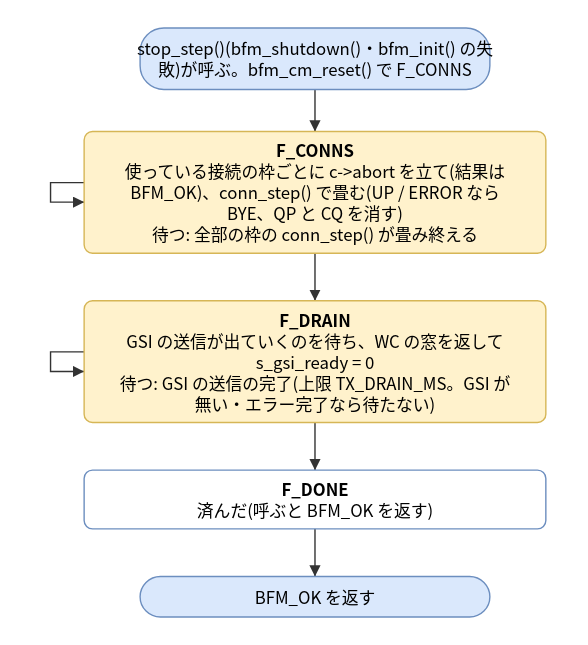
hf355051012-ai/bfmem keeps this draw.io diagram as doc/spec/images/state_src_bfm_cm-bfm_cm_fini_step.drawio.svg. Above is the earlier version. Source tidied: cells renumbered, new cells last; positions are measured from the earlier drawing's top-left corner, leaving out a move shared by most shapes. The source it was exported from:
```xml
<mxGraphModel>
  <root>
    <mxCell id="0" />
    <mxCell id="1" parent="0" />
    <mxCell id="2" value="stop_step()(bfm_shutdown()・bfm_init() の失&lt;br&gt;敗)が呼ぶ。bfm_cm_reset() で F_CONNS" style="rounded=1;arcSize=50;whiteSpace=wrap;html=1;fillColor=#dae8fc;strokeColor=#6c8ebf;" parent="1" vertex="1">
      <mxGeometry x="64" width="250" height="44" as="geometry" />
    </mxCell>
    <mxCell id="3" value="F_CONNS&lt;br&gt;使っている接続の枠ごとに c-&amp;gt;abort を立て(結果は&lt;br&gt;BFM_OK)、conn_step() で畳む(UP / ERROR なら&lt;br&gt;BYE、QP と CQ を消す)&lt;br&gt;待つ: 全部の枠の conn_step() が畳み終える" style="rounded=1;whiteSpace=wrap;html=1;fillColor=#fff2cc;strokeColor=#d6b656;" parent="1" vertex="1">
      <mxGeometry x="24" y="74" width="330" height="87" as="geometry" />
    </mxCell>
    <mxCell id="4" value="F_DRAIN&lt;br&gt;GSI の送信が出ていくのを待ち、WC の窓を返して&lt;br&gt;s_gsi_ready = 0&lt;br&gt;待つ: GSI の送信の完了(上限 TX_DRAIN_MS。GSI が&lt;br&gt;無い・エラー完了なら待たない)" style="rounded=1;whiteSpace=wrap;html=1;fillColor=#fff2cc;strokeColor=#d6b656;" parent="1" vertex="1">
      <mxGeometry x="24" y="195" width="330" height="87" as="geometry" />
    </mxCell>
    <mxCell id="5" value="F_DONE&lt;br&gt;済んだ(呼ぶと BFM_OK を返す)" style="rounded=1;whiteSpace=wrap;html=1;fillColor=#ffffff;strokeColor=#6c8ebf;" parent="1" vertex="1">
      <mxGeometry x="24" y="316" width="330" height="42" as="geometry" />
    </mxCell>
    <mxCell id="6" value="BFM_OK を返す" style="rounded=1;arcSize=50;whiteSpace=wrap;html=1;fillColor=#dae8fc;strokeColor=#6c8ebf;" parent="1" vertex="1">
      <mxGeometry x="64" y="392" width="250" height="29" as="geometry" />
    </mxCell>
    <mxCell id="7" style="edgeStyle=none;html=1;rounded=0;endArrow=block;endFill=1;exitX=0.5000;exitY=1.0000;exitDx=0;exitDy=0;exitPerimeter=0;entryX=0.5000;entryY=0.0000;entryDx=0;entryDy=0;entryPerimeter=0;" parent="1" edge="1" source="2" target="3">
      <mxGeometry relative="1" as="geometry" />
    </mxCell>
    <mxCell id="8" style="edgeStyle=none;html=1;rounded=0;endArrow=block;endFill=1;exitX=0.5000;exitY=1.0000;exitDx=0;exitDy=0;exitPerimeter=0;entryX=0.5000;entryY=0.0000;entryDx=0;entryDy=0;entryPerimeter=0;" parent="1" edge="1" source="3" target="4">
      <mxGeometry relative="1" as="geometry" />
    </mxCell>
    <mxCell id="9" style="edgeStyle=none;html=1;rounded=0;endArrow=block;endFill=1;exitX=0.5000;exitY=1.0000;exitDx=0;exitDy=0;exitPerimeter=0;entryX=0.5000;entryY=0.0000;entryDx=0;entryDy=0;entryPerimeter=0;" parent="1" edge="1" source="4" target="5">
      <mxGeometry relative="1" as="geometry" />
    </mxCell>
    <mxCell id="10" style="edgeStyle=none;html=1;rounded=0;endArrow=block;endFill=1;exitX=0.5000;exitY=1.0000;exitDx=0;exitDy=0;exitPerimeter=0;entryX=0.5000;entryY=0.0000;entryDx=0;entryDy=0;entryPerimeter=0;" parent="1" edge="1" source="5" target="6">
      <mxGeometry relative="1" as="geometry" />
    </mxCell>
    <mxCell id="11" style="edgeStyle=none;html=1;rounded=0;endArrow=block;endFill=1;exitX=0.0000;exitY=0.4195;exitDx=0;exitDy=0;exitPerimeter=0;entryX=0.0000;entryY=0.5805;entryDx=0;entryDy=0;entryPerimeter=0;" parent="1" edge="1" source="3" target="3">
      <mxGeometry relative="1" as="geometry">
        <Array as="points">
          <mxPoint y="110.5" />
          <mxPoint y="124.5" />
        </Array>
      </mxGeometry>
    </mxCell>
    <mxCell id="12" style="edgeStyle=none;html=1;rounded=0;endArrow=block;endFill=1;exitX=0.0000;exitY=0.4195;exitDx=0;exitDy=0;exitPerimeter=0;entryX=0.0000;entryY=0.5805;entryDx=0;entryDy=0;entryPerimeter=0;" parent="1" edge="1" source="4" target="4">
      <mxGeometry relative="1" as="geometry">
        <Array as="points">
          <mxPoint y="231.5" />
          <mxPoint y="245.5" />
        </Array>
      </mxGeometry>
    </mxCell>
  </root>
</mxGraphModel>
```
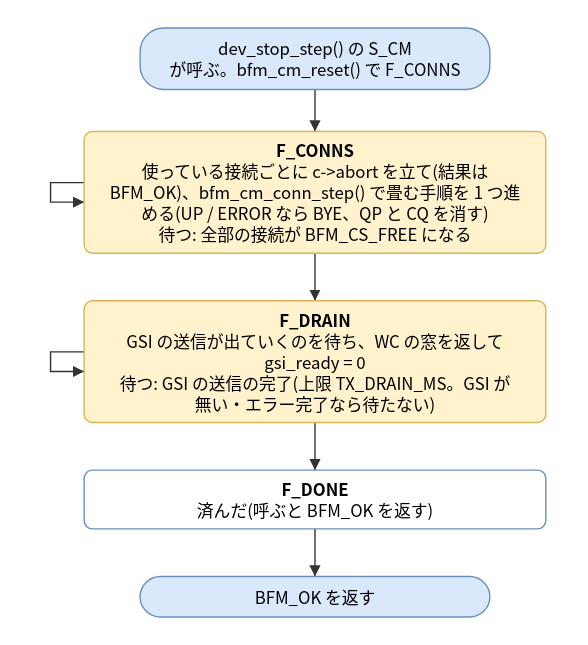
Above is the later version.

What changed in the source:
```diff
@@ -2,13 +2,13 @@
   <root>
     <mxCell id="0" />
     <mxCell id="1" parent="0" />
-    <mxCell id="2" value="stop_step()(bfm_shutdown()・bfm_init() の失&lt;br&gt;敗)が呼ぶ。bfm_cm_reset() で F_CONNS" style="rounded=1;arcSize=50;whiteSpace=wrap;html=1;fillColor=#dae8fc;strokeColor=#6c8ebf;" parent="1" vertex="1">
+    <mxCell id="2" value="dev_stop_step() の S_CM&lt;br&gt;が呼ぶ。bfm_cm_reset() で F_CONNS" style="rounded=1;arcSize=50;whiteSpace=wrap;html=1;fillColor=#dae8fc;strokeColor=#6c8ebf;" parent="1" vertex="1">
       <mxGeometry x="64" width="250" height="44" as="geometry" />
     </mxCell>
-    <mxCell id="3" value="F_CONNS&lt;br&gt;使っている接続の枠ごとに c-&amp;gt;abort を立て(結果は&lt;br&gt;BFM_OK)、conn_step() で畳む(UP / ERROR なら&lt;br&gt;BYE、QP と CQ を消す)&lt;br&gt;待つ: 全部の枠の conn_step() が畳み終える" style="rounded=1;whiteSpace=wrap;html=1;fillColor=#fff2cc;strokeColor=#d6b656;" parent="1" vertex="1">
+    <mxCell id="3" value="F_CONNS&lt;br&gt;使っている接続ごとに c-&amp;gt;abort を立て(結果は&lt;br&gt;BFM_OK)、bfm_cm_conn_step() で畳む手順を 1 つ進&lt;br&gt;める(UP / ERROR なら BYE、QP と CQ を消す)&lt;br&gt;待つ: 全部の接続が BFM_CS_FREE になる" style="rounded=1;whiteSpace=wrap;html=1;fillColor=#fff2cc;strokeColor=#d6b656;" parent="1" vertex="1">
       <mxGeometry x="24" y="74" width="330" height="87" as="geometry" />
     </mxCell>
-    <mxCell id="4" value="F_DRAIN&lt;br&gt;GSI の送信が出ていくのを待ち、WC の窓を返して&lt;br&gt;s_gsi_ready = 0&lt;br&gt;待つ: GSI の送信の完了(上限 TX_DRAIN_MS。GSI が&lt;br&gt;無い・エラー完了なら待たない)" style="rounded=1;whiteSpace=wrap;html=1;fillColor=#fff2cc;strokeColor=#d6b656;" parent="1" vertex="1">
+    <mxCell id="4" value="F_DRAIN&lt;br&gt;GSI の送信が出ていくのを待ち、WC の窓を返して&lt;br&gt;gsi_ready = 0&lt;br&gt;待つ: GSI の送信の完了(上限 TX_DRAIN_MS。GSI が&lt;br&gt;無い・エラー完了なら待たない)" style="rounded=1;whiteSpace=wrap;html=1;fillColor=#fff2cc;strokeColor=#d6b656;" parent="1" vertex="1">
       <mxGeometry x="24" y="195" width="330" height="87" as="geometry" />
     </mxCell>
     <mxCell id="5" value="F_DONE&lt;br&gt;済んだ(呼ぶと BFM_OK を返す)" style="rounded=1;whiteSpace=wrap;html=1;fillColor=#ffffff;strokeColor=#6c8ebf;" parent="1" vertex="1">
```
